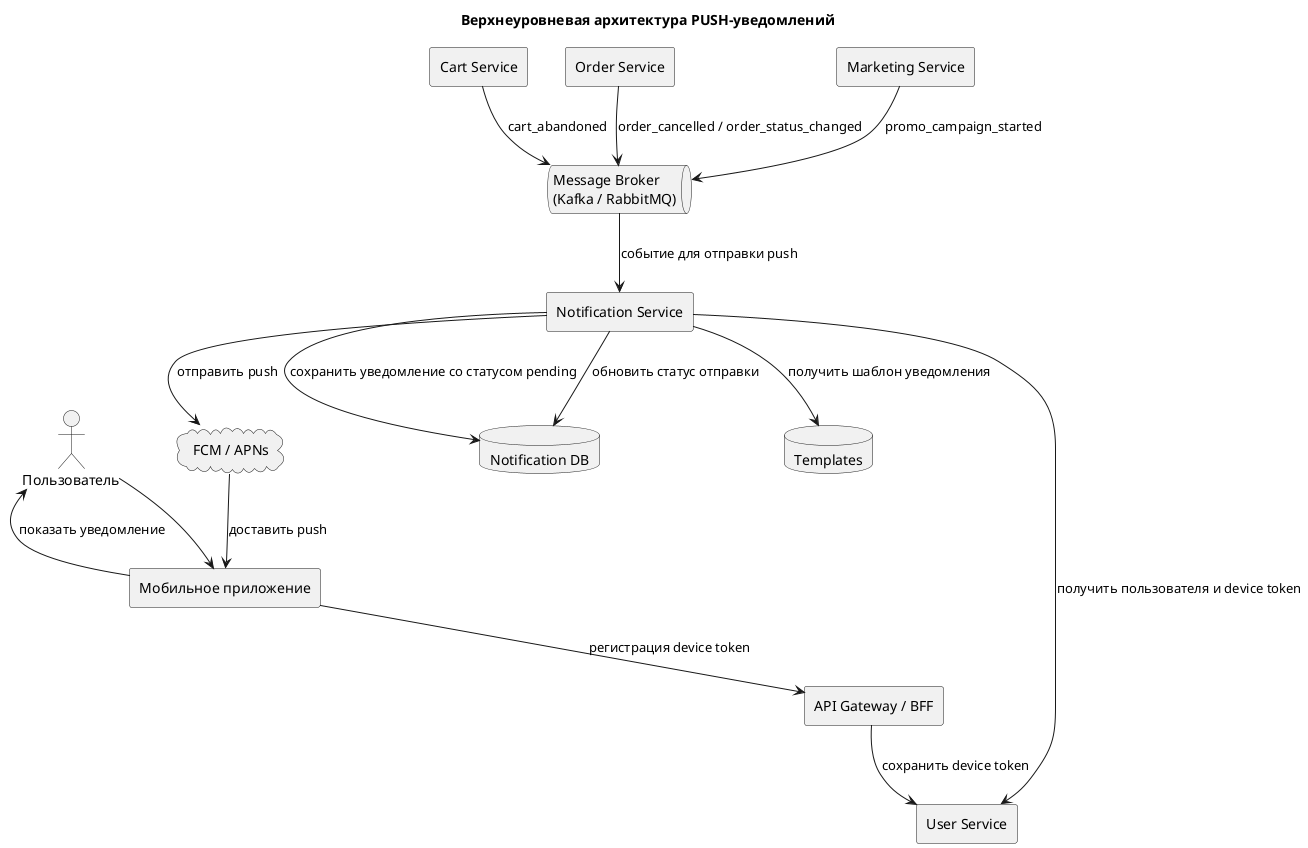
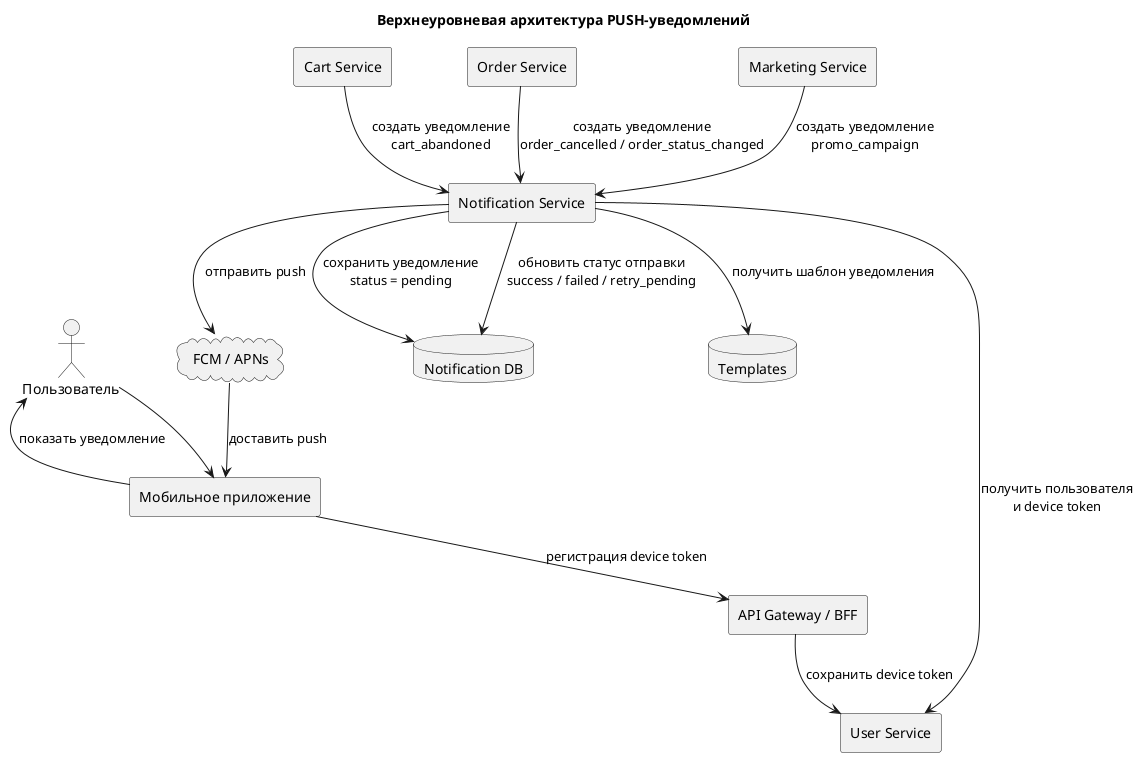
@startuml
title Верхнеуровневая архитектура PUSH-уведомлений

skinparam componentStyle rectangle

actor "Пользователь" as User

component "Мобильное приложение" as Mobile
component "API Gateway / BFF" as BFF
+ 
component "User Service" as UserService
component "Cart Service" as CartService
component "Order Service" as OrderService
component "Marketing Service" as MarketingService
- queue "Message Broker\n(Kafka / RabbitMQ)" as Broker
+ 
component "Notification Service" as NotificationService
database "Notification DB" as NotificationDB
database "Templates" as Templates
+ 
cloud "FCM / APNs" as PushProvider

User --> Mobile

Mobile --> BFF: регистрация device token
BFF --> UserService: сохранить device token

- CartService --> Broker: cart_abandoned
- OrderService --> Broker: order_cancelled / order_status_changed
- MarketingService --> Broker: promo_campaign_started
+ CartService --> NotificationService: создать уведомление\ncart_abandoned
+ OrderService --> NotificationService: создать уведомление\norder_cancelled / order_status_changed
+ MarketingService --> NotificationService: создать уведомление\npromo_campaign

- Broker --> NotificationService: событие для отправки push
+ NotificationService --> UserService: получить пользователя\nи device token
+ NotificationService --> Templates: получить шаблон уведомления
+ NotificationService --> NotificationDB: сохранить уведомление\nstatus = pending

- NotificationService --> UserService: получить пользователя и device token
- NotificationService --> Templates: получить шаблон уведомления
- NotificationService --> NotificationDB: сохранить уведомление со статусом pending
NotificationService --> PushProvider: отправить push
PushProvider --> Mobile: доставить push
Mobile --> User: показать уведомление

- NotificationService --> NotificationDB: обновить статус отправки
+ NotificationService --> NotificationDB: обновить статус отправки\nsuccess / failed / retry_pending

@enduml
